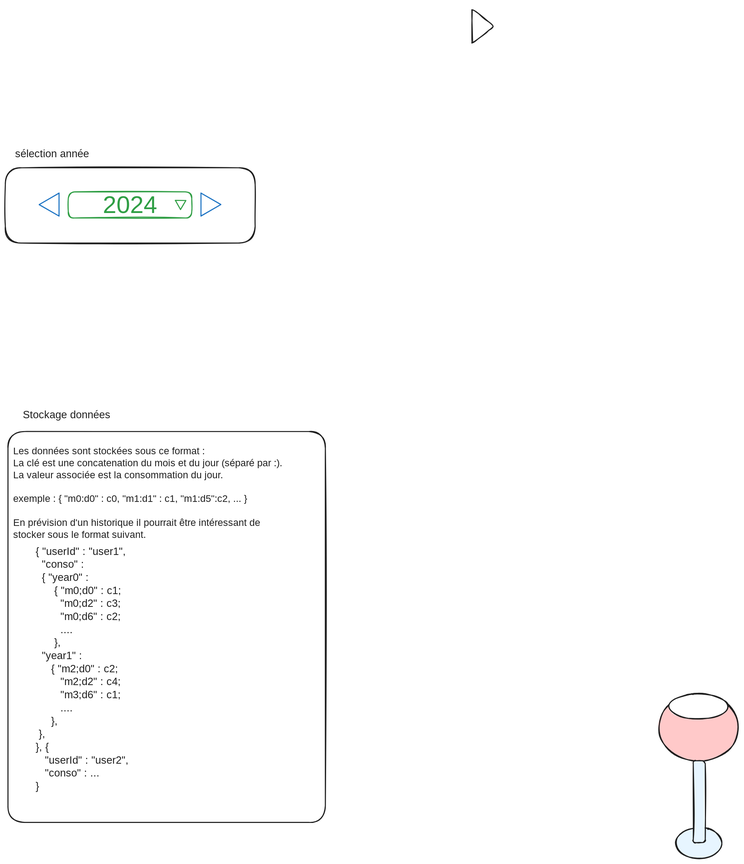
This is conception.excalidraw.svg from Joux17/pixel-graph, a Excalidraw export, as it was before one commit. Source tidied: one line per element, renumbered; positions are measured from the earlier drawing's top-left corner, leaving out a move shared by most shapes.
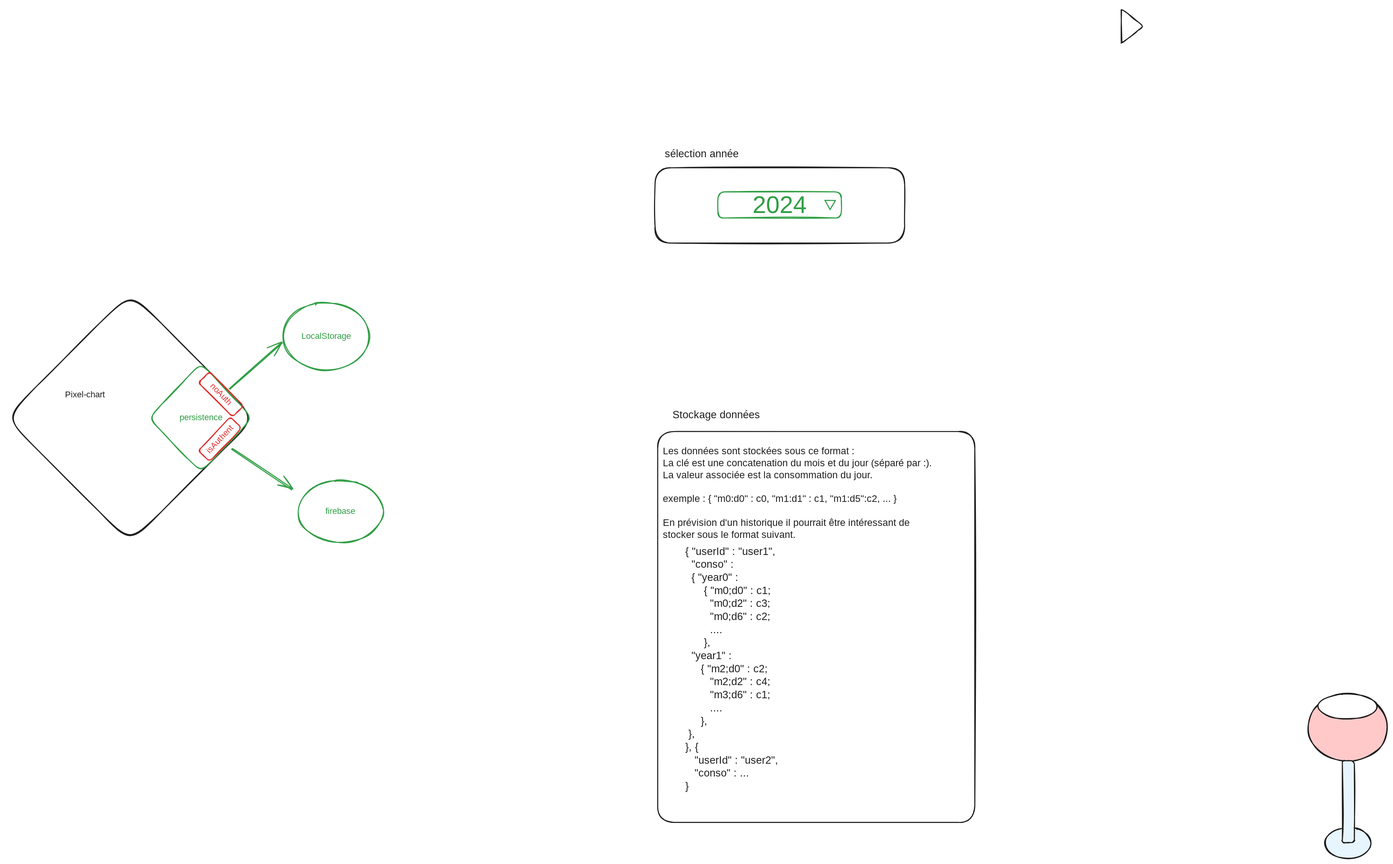
Later version of the same file.

The edit, as a diff of the source:
```diff
@@ -12,13 +12,21 @@
 {"id": 11, "type": "line", "strokeColor": "#1e1e1e", "strokeWidth": 2, "roughness": 1, "round": true, "x": 894, "y": 9, "width": 0, "height": 63, "points": [[0, 0], [0, 63]]}
 {"id": 12, "type": "rectangle", "strokeColor": "#ffffff", "backgroundColor": "#ffffff", "fillStyle": "solid", "strokeWidth": 1, "roughness": 0, "x": 841, "y": 0, "width": 52, "height": 79}
 {"id": 13, "type": "rectangle", "strokeColor": "#2f9e44", "strokeWidth": 2, "roughness": 1, "round": true, "x": 121, "y": 358, "width": 237, "height": 50}
-{"id": 14, "type": "line", "strokeColor": "#1971c2", "backgroundColor": "#ffffff", "fillStyle": "solid", "strokeWidth": 2, "roughness": 0, "x": 375, "y": 360, "width": 0, "height": 44, "points": [[0, 0], [0, 44]]}
-{"id": 15, "type": "line", "strokeColor": "#1971c2", "backgroundColor": "#ffffff", "fillStyle": "solid", "strokeWidth": 2, "roughness": 0, "x": 375, "y": 360, "width": 38, "height": 22, "points": [[0, 0], [38, 22]]}
-{"id": 16, "type": "line", "strokeColor": "#1971c2", "backgroundColor": "#ffffff", "fillStyle": "solid", "strokeWidth": 2, "roughness": 0, "x": 375, "y": 404, "width": 38, "height": 22, "points": [[0, 0], [38, -22]]}
-{"id": 17, "type": "line", "strokeColor": "#1971c2", "angle": 3.14, "backgroundColor": "#ffffff", "fillStyle": "solid", "strokeWidth": 2, "roughness": 0, "x": 103, "y": 360, "width": 0, "height": 44, "points": [[0, 0], [0, 44]]}
-{"id": 18, "type": "line", "strokeColor": "#1971c2", "angle": 3.14, "backgroundColor": "#ffffff", "fillStyle": "solid", "strokeWidth": 2, "roughness": 0, "x": 65, "y": 382, "width": 38, "height": 22, "points": [[0, 0], [38, 22]]}
-{"id": 19, "type": "line", "strokeColor": "#1971c2", "angle": 3.14, "backgroundColor": "#ffffff", "fillStyle": "solid", "strokeWidth": 2, "roughness": 0, "x": 65, "y": 382, "width": 38, "height": 22, "points": [[0, 0], [38, -22]]}
 {"id": 20, "type": "text", "text": "2024", "strokeColor": "#2f9e44", "backgroundColor": "#ffffff", "fillStyle": "solid", "strokeWidth": 2, "roughness": 0, "fontSize": 46.77, "fontFamily": 2, "textAlign": "center", "x": 187, "y": 356, "width": 104, "height": 54}
 {"id": 21, "type": "line", "strokeColor": "#2f9e44", "angle": 1.58, "backgroundColor": "#ffffff", "fillStyle": "solid", "strokeWidth": 2, "roughness": 0, "x": 336, "y": 364, "width": 0, "height": 20, "points": [[0, 0], [0, 20]]}
 {"id": 22, "type": "line", "strokeColor": "#2f9e44", "angle": 1.58, "backgroundColor": "#ffffff", "fillStyle": "solid", "strokeWidth": 2, "roughness": 0, "x": 332, "y": 378, "width": 17, "height": 10, "points": [[0, 0], [17, 10]]}
 {"id": 23, "type": "line", "strokeColor": "#2f9e44", "angle": 1.58, "backgroundColor": "#ffffff", "fillStyle": "solid", "strokeWidth": 2, "roughness": 0, "x": 322, "y": 388, "width": 17, "height": 10, "points": [[0, 0], [17, -10]]}
+{"id": 24, "type": "diamond", "strokeColor": "#1e1e1e", "strokeWidth": 2, "roughness": 1, "round": true, "x": -1247, "y": 550, "width": 480, "height": 480}
+{"id": 25, "type": "diamond", "strokeColor": "#2f9e44", "strokeWidth": 2, "roughness": 1, "round": true, "x": -971, "y": 686, "width": 200, "height": 210}
+{"id": 26, "type": "text", "text": "persistence", "strokeColor": "#2f9e44", "strokeWidth": 2, "roughness": 1, "fontSize": 16, "fontFamily": 1, "textAlign": "center", "verticalAlign": "middle", "inside": 25, "x": -915, "y": 781, "width": 86, "height": 20}
+{"id": 27, "type": "arrow", "strokeColor": "#2f9e44", "strokeWidth": 2, "roughness": 1, "endArrowhead": "arrow", "round": true, "from": 25, "to": 29, "x": -815, "y": 735, "width": 100, "height": 89, "points": [[0, 0], [100, -89]]}
+{"id": 28, "type": "arrow", "strokeColor": "#2f9e44", "strokeWidth": 2, "roughness": 1, "endArrowhead": "arrow", "round": true, "from": 25, "to": 31, "x": -812, "y": 851, "width": 116, "height": 77, "points": [[0, 0], [116, 77]]}
+{"id": 29, "type": "ellipse", "strokeColor": "#2f9e44", "strokeWidth": 2, "roughness": 1, "round": true, "x": -713, "y": 570, "width": 164, "height": 130}
+{"id": 30, "type": "text", "text": "LocalStorage", "strokeColor": "#2f9e44", "strokeWidth": 2, "roughness": 1, "fontSize": 16, "fontFamily": 1, "textAlign": "center", "verticalAlign": "middle", "inside": 29, "x": -683, "y": 625, "width": 103, "height": 20}
+{"id": 31, "type": "ellipse", "strokeColor": "#2f9e44", "strokeWidth": 2, "roughness": 1, "round": true, "x": -685, "y": 911, "width": 163, "height": 119}
+{"id": 32, "type": "text", "text": "firebase", "strokeColor": "#2f9e44", "strokeWidth": 2, "roughness": 1, "fontSize": 16, "fontFamily": 1, "textAlign": "center", "verticalAlign": "middle", "inside": 31, "x": -635, "y": 960, "width": 63, "height": 20}
+{"id": 33, "type": "rectangle", "strokeColor": "#e03131", "angle": 5.47, "strokeWidth": 2, "roughness": 1, "round": true, "x": -879, "y": 817, "width": 89, "height": 30}
+{"id": 34, "type": "text", "text": "isAuthent", "strokeColor": "#e03131", "angle": 5.47, "strokeWidth": 2, "roughness": 1, "fontSize": 16, "fontFamily": 1, "textAlign": "center", "verticalAlign": "middle", "inside": 33, "x": -872, "y": 822, "width": 74, "height": 20}
+{"id": 35, "type": "rectangle", "strokeColor": "#e03131", "angle": 0.79, "strokeWidth": 2, "roughness": 1, "round": true, "x": -879, "y": 731, "width": 93, "height": 30}
+{"id": 36, "type": "text", "text": "noAuth", "strokeColor": "#e03131", "angle": 0.79, "strokeWidth": 2, "roughness": 1, "fontSize": 16, "fontFamily": 1, "textAlign": "center", "verticalAlign": "middle", "inside": 35, "x": -859, "y": 736, "width": 53, "height": 20}
+{"id": 37, "type": "text", "text": "Pixel-chart", "strokeColor": "#1e1e1e", "strokeWidth": 2, "roughness": 1, "fontSize": 16, "fontFamily": 1, "x": -1132, "y": 737, "width": 85, "height": 20}
```
